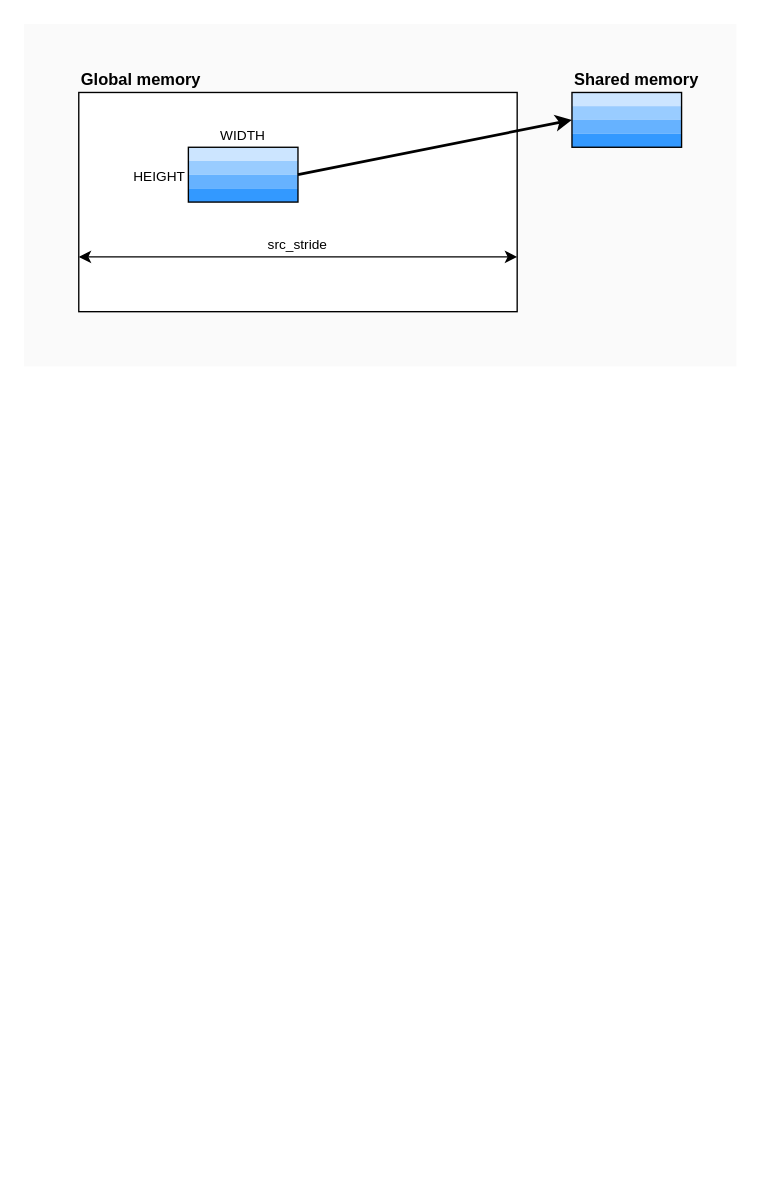
This is content/posts/20250812-fa-5090/diagrams.drawio from gau-nernst/gau-nernst.github.io, a draw.io file, before an edit. Source tidied: cells renumbered, new cells numbered last; positions are measured from the earlier drawing's top-left corner, leaving out a move shared by most shapes. Both pictures are drawn from the tidied source at 137%, with x=0, y=0 at pixel (23, 23).
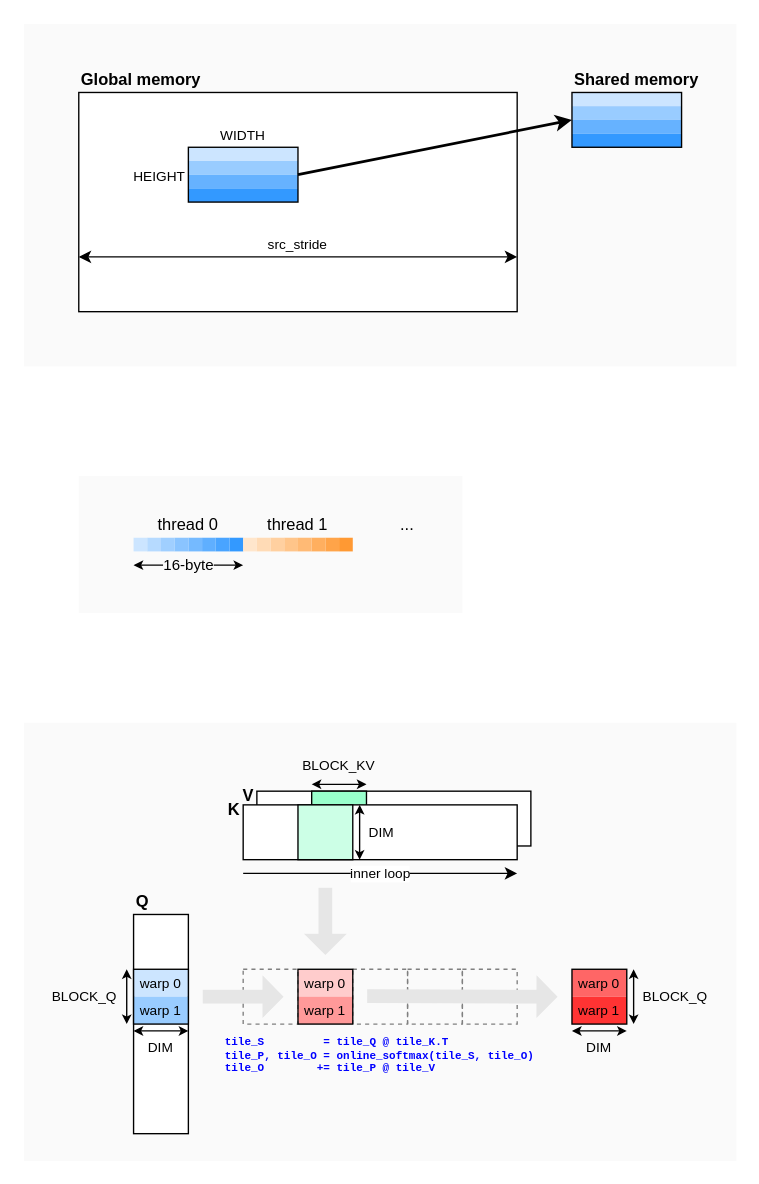
After the change.

What changed in the source:
```diff
@@
+    <mxCell id="21" style="rounded=0;whiteSpace=wrap;html=1;strokeColor=none;fillColor=#FAFAFA;" parent="1" vertex="1">
+      <mxGeometry x="40" y="330" width="280" height="100" as="geometry" />
+    </mxCell>
+    <mxCell id="22" style="rounded=0;whiteSpace=wrap;html=1;strokeColor=none;fillColor=#CCE5FF;" parent="1" vertex="1">
+      <mxGeometry x="80" y="375" width="10" height="10" as="geometry" />
+    </mxCell>
+    <mxCell id="23" style="rounded=0;whiteSpace=wrap;html=1;strokeColor=none;fillColor=#B6DAFF;" parent="1" vertex="1">
+      <mxGeometry x="90" y="375" width="10" height="10" as="geometry" />
+    </mxCell>
+    <mxCell id="24" style="rounded=0;whiteSpace=wrap;html=1;strokeColor=none;fillColor=#A0CFFF;" parent="1" vertex="1">
+      <mxGeometry x="100" y="375" width="10" height="10" as="geometry" />
+    </mxCell>
+    <mxCell id="25" style="rounded=0;whiteSpace=wrap;html=1;strokeColor=none;fillColor=#3399FF;" parent="1" vertex="1">
+      <mxGeometry x="150" y="375" width="10" height="10" as="geometry" />
+    </mxCell>
+    <mxCell id="26" style="rounded=0;whiteSpace=wrap;html=1;strokeColor=none;fillColor=#49A4FF;" parent="1" vertex="1">
+      <mxGeometry x="140" y="375" width="10" height="10" as="geometry" />
+    </mxCell>
+    <mxCell id="27" style="rounded=0;whiteSpace=wrap;html=1;strokeColor=none;fillColor=#5FAFFF;" parent="1" vertex="1">
+      <mxGeometry x="130" y="375" width="10" height="10" as="geometry" />
+    </mxCell>
+    <mxCell id="28" style="rounded=0;whiteSpace=wrap;html=1;strokeColor=none;fillColor=#75BAFF;" parent="1" vertex="1">
+      <mxGeometry x="120" y="375" width="10" height="10" as="geometry" />
+    </mxCell>
+    <mxCell id="29" style="rounded=0;whiteSpace=wrap;html=1;strokeColor=none;fillColor=#8AC4FF;" parent="1" vertex="1">
+      <mxGeometry x="110" y="375" width="10" height="10" as="geometry" />
+    </mxCell>
+    <mxCell id="30" value="thread 0" style="text;html=1;align=center;verticalAlign=bottom;whiteSpace=wrap;rounded=0;" parent="1" vertex="1">
+      <mxGeometry x="90" y="345" width="60" height="30" as="geometry" />
+    </mxCell>
+    <mxCell id="31" style="rounded=0;whiteSpace=wrap;html=1;strokeColor=none;fillColor=#FFE6CC;" parent="1" vertex="1">
+      <mxGeometry x="160" y="375" width="10" height="10" as="geometry" />
+    </mxCell>
+    <mxCell id="32" style="rounded=0;whiteSpace=wrap;html=1;strokeColor=none;fillColor=#FFDBB6;" parent="1" vertex="1">
+      <mxGeometry x="170" y="375" width="10" height="10" as="geometry" />
+    </mxCell>
+    <mxCell id="33" style="rounded=0;whiteSpace=wrap;html=1;strokeColor=none;fillColor=#FFD0A0;" parent="1" vertex="1">
+      <mxGeometry x="180" y="375" width="10" height="10" as="geometry" />
+    </mxCell>
+    <mxCell id="34" style="rounded=0;whiteSpace=wrap;html=1;strokeColor=none;fillColor=#FF9933;" parent="1" vertex="1">
+      <mxGeometry x="230" y="375" width="10" height="10" as="geometry" />
+    </mxCell>
+    <mxCell id="35" style="rounded=0;whiteSpace=wrap;html=1;strokeColor=none;fillColor=#FFA449;" parent="1" vertex="1">
+      <mxGeometry x="220" y="375" width="10" height="10" as="geometry" />
+    </mxCell>
+    <mxCell id="36" style="rounded=0;whiteSpace=wrap;html=1;strokeColor=none;fillColor=#FFAF5F;" parent="1" vertex="1">
+      <mxGeometry x="210" y="375" width="10" height="10" as="geometry" />
+    </mxCell>
+    <mxCell id="37" style="rounded=0;whiteSpace=wrap;html=1;strokeColor=none;fillColor=#FFBA75;" parent="1" vertex="1">
+      <mxGeometry x="200" y="375" width="10" height="10" as="geometry" />
+    </mxCell>
+    <mxCell id="38" style="rounded=0;whiteSpace=wrap;html=1;strokeColor=none;fillColor=#FFC58A;" parent="1" vertex="1">
+      <mxGeometry x="190" y="375" width="10" height="10" as="geometry" />
+    </mxCell>
+    <mxCell id="39" value="thread 1" style="text;html=1;align=center;verticalAlign=bottom;whiteSpace=wrap;rounded=0;" parent="1" vertex="1">
+      <mxGeometry x="170" y="345" width="60" height="30" as="geometry" />
+    </mxCell>
+    <mxCell id="40" value="..." style="text;html=1;align=center;verticalAlign=bottom;whiteSpace=wrap;rounded=0;" parent="1" vertex="1">
+      <mxGeometry x="250" y="345" width="60" height="30" as="geometry" />
+    </mxCell>
+    <mxCell id="41" value="16-byte" style="endArrow=classic;startArrow=classic;html=1;rounded=0;labelBackgroundColor=#FAFAFA;endSize=4;startSize=4;" parent="1" edge="1">
+      <mxGeometry relative="1" as="geometry">
+        <mxPoint x="80" y="395" as="sourcePoint" />
+        <mxPoint x="160" y="395" as="targetPoint" />
+      </mxGeometry>
+    </mxCell>
+    <mxCell id="42" style="rounded=0;whiteSpace=wrap;html=1;strokeColor=none;fillColor=#FAFAFA;" parent="1" vertex="1">
+      <mxGeometry y="510" width="520" height="320" as="geometry" />
+    </mxCell>
+    <mxCell id="43" style="rounded=0;whiteSpace=wrap;html=1;" parent="1" vertex="1">
+      <mxGeometry x="80" y="650" width="40" height="160" as="geometry" />
+    </mxCell>
+    <mxCell id="44" style="rounded=0;whiteSpace=wrap;html=1;" parent="1" vertex="1">
+      <mxGeometry x="170" y="560" width="200" height="40" as="geometry" />
+    </mxCell>
+    <mxCell id="45" style="rounded=0;whiteSpace=wrap;html=1;strokeColor=default;fillColor=#99FFCC;" parent="1" vertex="1">
+      <mxGeometry x="210" y="560" width="40" height="40" as="geometry" />
+    </mxCell>
+    <mxCell id="46" style="rounded=0;whiteSpace=wrap;html=1;" parent="1" vertex="1">
+      <mxGeometry x="160" y="570" width="200" height="40" as="geometry" />
+    </mxCell>
+    <mxCell id="47" style="rounded=0;whiteSpace=wrap;html=1;strokeColor=none;fillColor=#CCE5FF;" parent="1" vertex="1">
+      <mxGeometry x="80" y="690" width="40" height="20" as="geometry" />
+    </mxCell>
+    <mxCell id="48" style="rounded=0;whiteSpace=wrap;html=1;strokeColor=none;fillColor=#99CCFF;" parent="1" vertex="1">
+      <mxGeometry x="80" y="710" width="40" height="20" as="geometry" />
+    </mxCell>
+    <mxCell id="49" style="rounded=0;whiteSpace=wrap;html=1;fillColor=none;" parent="1" vertex="1">
+      <mxGeometry x="80" y="690" width="40" height="40" as="geometry" />
+    </mxCell>
+    <mxCell id="50" style="rounded=0;whiteSpace=wrap;html=1;strokeColor=default;fillColor=#CCFFE6;" parent="1" vertex="1">
+      <mxGeometry x="200" y="570" width="40" height="40" as="geometry" />
+    </mxCell>
+    <mxCell id="51" value="BLOCK_KV" style="text;html=1;align=center;verticalAlign=bottom;whiteSpace=wrap;rounded=0;fontSize=10;" parent="1" vertex="1">
+      <mxGeometry x="195" y="530" width="70" height="20" as="geometry" />
+    </mxCell>
+    <mxCell id="52" value="inner loop" style="endArrow=classic;html=1;rounded=0;fontSize=10;" parent="1" edge="1">
+      <mxGeometry relative="1" as="geometry">
+        <mxPoint x="160" y="620" as="sourcePoint" />
+        <mxPoint x="360" y="620" as="targetPoint" />
+      </mxGeometry>
+    </mxCell>
+    <mxCell id="53" value="Q" style="text;html=1;align=left;verticalAlign=bottom;whiteSpace=wrap;rounded=0;fontStyle=1;" parent="1" vertex="1">
+      <mxGeometry x="80" y="620" width="40" height="30" as="geometry" />
+    </mxCell>
+    <mxCell id="54" value="K" style="text;html=1;align=right;verticalAlign=top;whiteSpace=wrap;rounded=0;fontStyle=1;" parent="1" vertex="1">
+      <mxGeometry x="120" y="560" width="40" height="30" as="geometry" />
+    </mxCell>
+    <mxCell id="55" value="V" style="text;html=1;align=right;verticalAlign=top;whiteSpace=wrap;rounded=0;fontStyle=1;" parent="1" vertex="1">
+      <mxGeometry x="130" y="550" width="40" height="30" as="geometry" />
+    </mxCell>
+    <mxCell id="56" value="BLOCK_Q" style="text;html=1;align=right;verticalAlign=middle;whiteSpace=wrap;rounded=0;fontSize=10;" parent="1" vertex="1">
+      <mxGeometry x="15" y="695" width="55" height="30" as="geometry" />
+    </mxCell>
+    <mxCell id="57" value="warp 0" style="text;html=1;align=center;verticalAlign=middle;whiteSpace=wrap;rounded=0;fontSize=10;" parent="1" vertex="1">
+      <mxGeometry x="80" y="690" width="40" height="20" as="geometry" />
+    </mxCell>
+    <mxCell id="58" value="warp 1" style="text;html=1;align=center;verticalAlign=middle;whiteSpace=wrap;rounded=0;fontSize=10;" parent="1" vertex="1">
+      <mxGeometry x="80" y="710" width="40" height="20" as="geometry" />
+    </mxCell>
+    <mxCell id="59" value="DIM" style="text;html=1;align=center;verticalAlign=top;whiteSpace=wrap;rounded=0;fontSize=10;" parent="1" vertex="1">
+      <mxGeometry x="80" y="735" width="40" height="20" as="geometry" />
+    </mxCell>
+    <mxCell id="60" value="DIM" style="text;html=1;align=left;verticalAlign=middle;whiteSpace=wrap;rounded=0;fontSize=10;" parent="1" vertex="1">
+      <mxGeometry x="250" y="580" width="30" height="20" as="geometry" />
+    </mxCell>
+    <mxCell id="61" style="rounded=0;whiteSpace=wrap;html=1;strokeColor=none;fillColor=#FF6666;" parent="1" vertex="1">
+      <mxGeometry x="400" y="690" width="40" height="20" as="geometry" />
+    </mxCell>
+    <mxCell id="62" style="rounded=0;whiteSpace=wrap;html=1;strokeColor=none;fillColor=#FF3333;" parent="1" vertex="1">
+      <mxGeometry x="400" y="710" width="40" height="20" as="geometry" />
+    </mxCell>
+    <mxCell id="63" style="rounded=0;whiteSpace=wrap;html=1;fillColor=none;" parent="1" vertex="1">
+      <mxGeometry x="400" y="690" width="40" height="40" as="geometry" />
+    </mxCell>
+    <mxCell id="64" style="rounded=0;whiteSpace=wrap;html=1;strokeColor=none;fillColor=#FFCCCC;" parent="1" vertex="1">
+      <mxGeometry x="200" y="690" width="40" height="20" as="geometry" />
+    </mxCell>
+    <mxCell id="65" style="rounded=0;whiteSpace=wrap;html=1;strokeColor=none;fillColor=#FF9999;" parent="1" vertex="1">
+      <mxGeometry x="200" y="710" width="40" height="20" as="geometry" />
+    </mxCell>
+    <mxCell id="66" style="endArrow=classic;startArrow=classic;html=1;rounded=0;endSize=4;startSize=4;fontSize=10;" parent="1" edge="1">
+      <mxGeometry relative="1" as="geometry">
+        <mxPoint x="75" y="730" as="sourcePoint" />
+        <mxPoint x="75" y="690" as="targetPoint" />
+      </mxGeometry>
+    </mxCell>
+    <mxCell id="67" style="endArrow=classic;startArrow=classic;html=1;rounded=0;endSize=4;startSize=4;fontSize=10;" parent="1" edge="1">
+      <mxGeometry relative="1" as="geometry">
+        <mxPoint x="80" y="735" as="sourcePoint" />
+        <mxPoint x="120" y="735" as="targetPoint" />
+      </mxGeometry>
+    </mxCell>
+    <mxCell id="68" style="endArrow=classic;startArrow=classic;html=1;rounded=0;endSize=4;startSize=4;fontSize=10;" parent="1" edge="1">
+      <mxGeometry relative="1" as="geometry">
+        <mxPoint x="210" y="555" as="sourcePoint" />
+        <mxPoint x="250" y="555" as="targetPoint" />
+      </mxGeometry>
+    </mxCell>
+    <mxCell id="69" style="endArrow=classic;startArrow=classic;html=1;rounded=0;endSize=4;startSize=4;fontSize=10;" parent="1" edge="1">
+      <mxGeometry relative="1" as="geometry">
+        <mxPoint x="245" y="610" as="sourcePoint" />
+        <mxPoint x="245" y="570" as="targetPoint" />
+      </mxGeometry>
+    </mxCell>
+    <mxCell id="70" style="shape=flexArrow;endArrow=classic;html=1;rounded=0;endWidth=20.22222222222222;endSize=4.802222222222222;startSize=0;fillColor=#E6E6E6;gradientColor=none;strokeColor=none;" parent="1" edge="1">
+      <mxGeometry relative="1" as="geometry">
+        <mxPoint x="220" y="630" as="sourcePoint" />
+        <mxPoint x="220" y="680" as="targetPoint" />
+      </mxGeometry>
+    </mxCell>
+    <mxCell id="71" style="rounded=0;whiteSpace=wrap;html=1;fillColor=none;dashed=1;strokeColor=#808080;" parent="1" vertex="1">
+      <mxGeometry x="160" y="690" width="40" height="40" as="geometry" />
+    </mxCell>
+    <mxCell id="72" style="shape=flexArrow;endArrow=classic;html=1;rounded=0;endWidth=20.22222222222222;endSize=4.802222222222222;startSize=0;fillColor=#E6E6E6;gradientColor=none;strokeColor=none;" parent="1" edge="1">
+      <mxGeometry relative="1" as="geometry">
+        <mxPoint x="130" y="710" as="sourcePoint" />
+        <mxPoint x="190" y="710" as="targetPoint" />
+      </mxGeometry>
+    </mxCell>
+    <mxCell id="73" style="rounded=0;whiteSpace=wrap;html=1;fillColor=none;dashed=1;strokeColor=#808080;" parent="1" vertex="1">
+      <mxGeometry x="240" y="690" width="40" height="40" as="geometry" />
+    </mxCell>
+    <mxCell id="74" style="rounded=0;whiteSpace=wrap;html=1;fillColor=none;dashed=1;strokeColor=#808080;" parent="1" vertex="1">
+      <mxGeometry x="280" y="690" width="40" height="40" as="geometry" />
+    </mxCell>
+    <mxCell id="75" style="rounded=0;whiteSpace=wrap;html=1;fillColor=none;dashed=1;strokeColor=#808080;" parent="1" vertex="1">
+      <mxGeometry x="320" y="690" width="40" height="40" as="geometry" />
+    </mxCell>
+    <mxCell id="76" style="rounded=0;whiteSpace=wrap;html=1;fillColor=none;" parent="1" vertex="1">
+      <mxGeometry x="200" y="690" width="40" height="40" as="geometry" />
+    </mxCell>
+    <mxCell id="77" style="shape=flexArrow;endArrow=classic;html=1;rounded=0;endWidth=20.22222222222222;endSize=4.802222222222222;startSize=0;fillColor=#E6E6E6;gradientColor=none;strokeColor=none;" parent="1" edge="1">
+      <mxGeometry relative="1" as="geometry">
+        <mxPoint x="250" y="709.6" as="sourcePoint" />
+        <mxPoint x="390" y="710" as="targetPoint" />
+      </mxGeometry>
+    </mxCell>
+    <mxCell id="78" value="warp 0" style="text;html=1;align=center;verticalAlign=middle;whiteSpace=wrap;rounded=0;fontSize=10;" parent="1" vertex="1">
+      <mxGeometry x="400" y="690" width="40" height="20" as="geometry" />
+    </mxCell>
+    <mxCell id="79" value="warp 1" style="text;html=1;align=center;verticalAlign=middle;whiteSpace=wrap;rounded=0;fontSize=10;" parent="1" vertex="1">
+      <mxGeometry x="400" y="710" width="40" height="20" as="geometry" />
+    </mxCell>
+    <mxCell id="80" value="warp 0" style="text;html=1;align=center;verticalAlign=middle;whiteSpace=wrap;rounded=0;fontSize=10;" parent="1" vertex="1">
+      <mxGeometry x="200" y="690" width="40" height="20" as="geometry" />
+    </mxCell>
+    <mxCell id="81" value="warp 1" style="text;html=1;align=center;verticalAlign=middle;whiteSpace=wrap;rounded=0;fontSize=10;" parent="1" vertex="1">
+      <mxGeometry x="200" y="710" width="40" height="20" as="geometry" />
+    </mxCell>
+    <mxCell id="82" value="DIM" style="text;html=1;align=center;verticalAlign=top;whiteSpace=wrap;rounded=0;fontSize=10;" parent="1" vertex="1">
+      <mxGeometry x="400" y="735" width="40" height="20" as="geometry" />
+    </mxCell>
+    <mxCell id="83" style="endArrow=classic;startArrow=classic;html=1;rounded=0;endSize=4;startSize=4;fontSize=10;" parent="1" edge="1">
+      <mxGeometry relative="1" as="geometry">
+        <mxPoint x="400" y="735" as="sourcePoint" />
+        <mxPoint x="440" y="735" as="targetPoint" />
+      </mxGeometry>
+    </mxCell>
+    <mxCell id="84" value="BLOCK_Q" style="text;html=1;align=left;verticalAlign=middle;whiteSpace=wrap;rounded=0;fontSize=10;" parent="1" vertex="1">
+      <mxGeometry x="450" y="695" width="55" height="30" as="geometry" />
+    </mxCell>
+    <mxCell id="85" style="endArrow=classic;startArrow=classic;html=1;rounded=0;endSize=4;startSize=4;fontSize=10;" parent="1" edge="1">
+      <mxGeometry relative="1" as="geometry">
+        <mxPoint x="445" y="730" as="sourcePoint" />
+        <mxPoint x="445" y="690" as="targetPoint" />
+      </mxGeometry>
+    </mxCell>
+    <mxCell id="86" value="&lt;font&gt;tile_S&amp;nbsp; &amp;nbsp; &amp;nbsp; &amp;nbsp; &amp;nbsp;= tile_Q @ tile_K.T&lt;/font&gt;&lt;div&gt;&lt;font&gt;tile_P, tile_O = online_softmax(tile_S, tile_O)&lt;br&gt;&lt;/font&gt;&lt;div&gt;&lt;font&gt;tile_O&amp;nbsp; &amp;nbsp; &amp;nbsp; &amp;nbsp; += tile_P @ tile_V&lt;/font&gt;&lt;/div&gt;&lt;/div&gt;" style="text;html=1;align=left;verticalAlign=middle;whiteSpace=wrap;rounded=0;fontSize=8;fontStyle=1;fontFamily=Courier New;fontColor=#0000FF;" parent="1" vertex="1">
+      <mxGeometry x="145" y="730" width="230" height="45" as="geometry" />
+    </mxCell>
```
